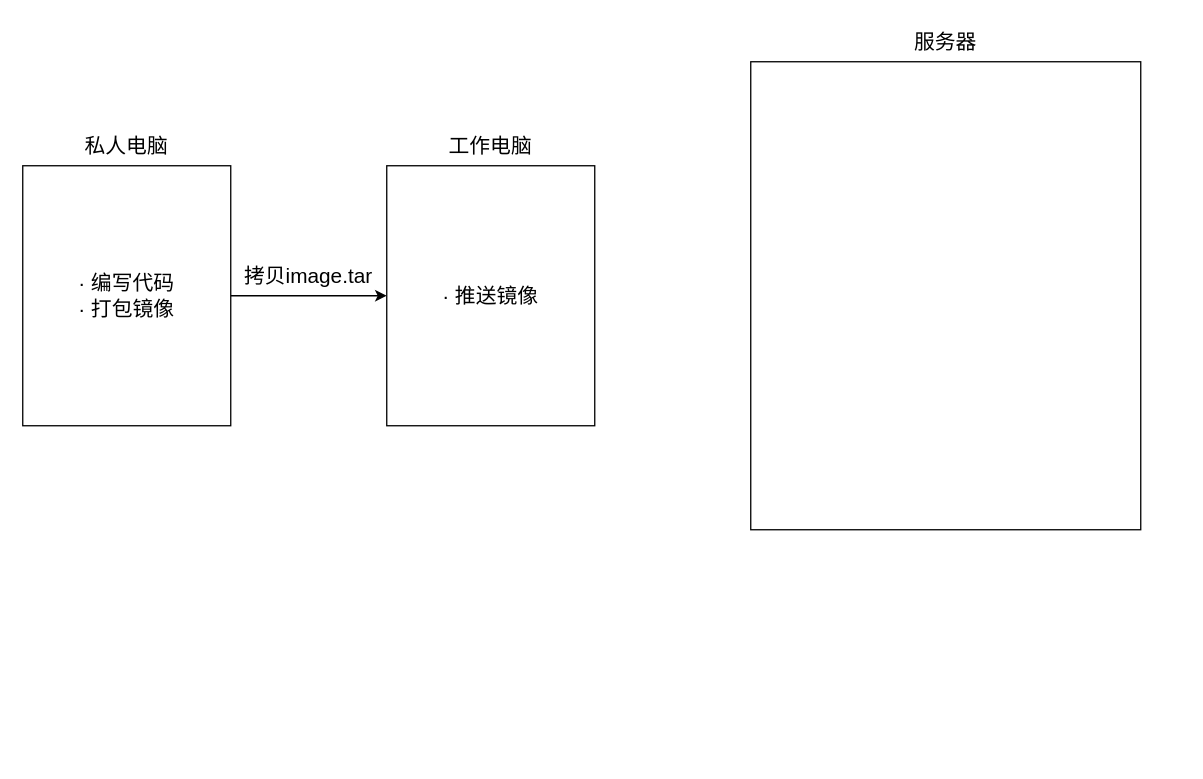
This is 服务器容器化管理.drawio from weyg0/Diagrams, a draw.io file, before an edit. Source tidied: cells renumbered, new cells numbered last; positions are measured from the earlier drawing's top-left corner, leaving out a move shared by most shapes. Both pictures are drawn from the tidied source at 130%, with x=0, y=0 at pixel (22, 22).
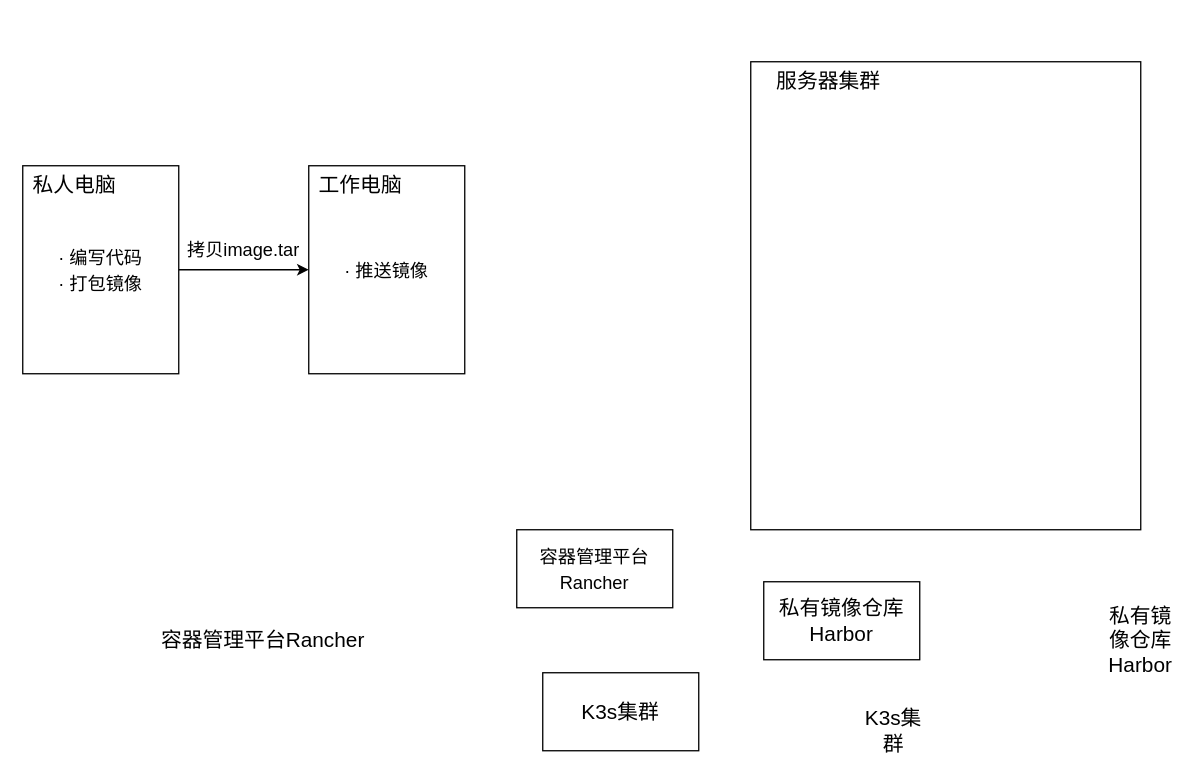
After the change.

Commit message (it also covers changes not shown here):
更新服务器容器化管理.drawio

What changed in the source:
```diff
@@
 <mxGraphModel>
   <root>
     <mxCell id="0" />
     <mxCell id="1" parent="0" />
     <mxCell id="2" style="edgeStyle=orthogonalEdgeStyle;rounded=0;jettySize=auto;html=1;exitX=1;exitY=0.5;exitDx=0;exitDy=0;entryX=0;entryY=0.5;entryDx=0;entryDy=0;fontSize=16;" parent="1" edge="1" source="3" target="4">
       <mxGeometry relative="1" as="geometry" />
     </mxCell>
-    <mxCell id="3" value="· 编写代码&lt;div&gt;· 打包镜像&lt;/div&gt;" style="rounded=0;whiteSpace=wrap;html=1;fontSize=16;" parent="1" vertex="1">
-      <mxGeometry y="110" width="160" height="200" as="geometry" />
+    <mxCell id="3" value="&lt;font style=&quot;font-size: 14px;&quot;&gt;· 编写代码&lt;/font&gt;&lt;div&gt;&lt;font style=&quot;font-size: 14px;&quot;&gt;· 打包镜像&lt;/font&gt;&lt;/div&gt;" style="rounded=0;whiteSpace=wrap;html=1;fontSize=16;" parent="1" vertex="1">
+      <mxGeometry y="110" width="120" height="160" as="geometry" />
     </mxCell>
-    <mxCell id="4" value="· 推送镜像" style="rounded=0;whiteSpace=wrap;html=1;fontSize=16;" parent="1" vertex="1">
-      <mxGeometry x="280" y="110" width="160" height="200" as="geometry" />
+    <mxCell id="4" value="&lt;font style=&quot;font-size: 14px;&quot;&gt;· 推送镜像&lt;/font&gt;" style="rounded=0;whiteSpace=wrap;html=1;fontSize=16;" parent="1" vertex="1">
+      <mxGeometry x="220" y="110" width="120" height="160" as="geometry" />
     </mxCell>
     <mxCell id="5" style="rounded=0;whiteSpace=wrap;html=1;fontSize=16;" parent="1" vertex="1">
       <mxGeometry x="560" y="30" width="300" height="360" as="geometry" />
     </mxCell>
     <mxCell id="6" value="私人电脑" style="text;html=1;whiteSpace=wrap;strokeColor=none;fillColor=none;align=center;verticalAlign=middle;rounded=0;fontSize=16;" parent="1" vertex="1">
-      <mxGeometry x="40" y="80" width="80" height="30" as="geometry" />
+      <mxGeometry y="110" width="80" height="30" as="geometry" />
     </mxCell>
     <mxCell id="7" value="工作&lt;span style=&quot;background-color: transparent; color: light-dark(rgb(0, 0, 0), rgb(255, 255, 255));&quot;&gt;电脑&lt;/span&gt;" style="text;html=1;whiteSpace=wrap;strokeColor=none;fillColor=none;align=center;verticalAlign=middle;rounded=0;fontSize=16;" parent="1" vertex="1">
-      <mxGeometry x="320" y="80" width="80" height="30" as="geometry" />
+      <mxGeometry x="220" y="110" width="80" height="30" as="geometry" />
     </mxCell>
-    <mxCell id="8" value="服务器" style="text;html=1;whiteSpace=wrap;strokeColor=none;fillColor=none;align=center;verticalAlign=middle;rounded=0;fontSize=16;" parent="1" vertex="1">
-      <mxGeometry x="670" width="80" height="30" as="geometry" />
+    <mxCell id="8" value="服务器集群" style="text;html=1;whiteSpace=wrap;strokeColor=none;fillColor=none;align=center;verticalAlign=middle;rounded=0;fontSize=16;" parent="1" vertex="1">
+      <mxGeometry x="560" y="30" width="120" height="30" as="geometry" />
     </mxCell>
-    <mxCell id="9" value="拷贝image.tar" style="text;html=1;whiteSpace=wrap;strokeColor=none;fillColor=none;align=center;verticalAlign=middle;rounded=0;fontSize=16;" parent="1" vertex="1">
-      <mxGeometry x="160" y="180" width="120" height="30" as="geometry" />
+    <mxCell id="9" value="拷贝image.tar" style="text;html=1;whiteSpace=wrap;strokeColor=none;fillColor=none;align=center;verticalAlign=middle;rounded=0;fontSize=14;" parent="1" vertex="1">
+      <mxGeometry x="120" y="160" width="100" height="30" as="geometry" />
     </mxCell>
+    <mxCell id="10" value="&lt;font style=&quot;font-size: 14px;&quot;&gt;容器管理平台Rancher&lt;/font&gt;" style="whiteSpace=wrap;html=1;fontSize=16;" parent="1" vertex="1">
+      <mxGeometry x="380" y="390" width="120" height="60" as="geometry" />
+    </mxCell>
+    <mxCell id="11" value="私有镜像仓库&lt;div&gt;Harbor&lt;/div&gt;" style="whiteSpace=wrap;html=1;fontSize=16;" parent="1" vertex="1">
+      <mxGeometry x="570" y="430" width="120" height="60" as="geometry" />
+    </mxCell>
+    <mxCell id="12" value="K3s集群" style="whiteSpace=wrap;html=1;fontSize=16;" parent="1" vertex="1">
+      <mxGeometry x="400" y="500" width="120" height="60" as="geometry" />
+    </mxCell>
+    <mxCell id="13" value="&lt;span style=&quot;font-size: 16px;&quot;&gt;容器管理平台&lt;/span&gt;&lt;span style=&quot;font-size: 16px;&quot;&gt;Rancher&lt;/span&gt;" style="text;html=1;whiteSpace=wrap;strokeColor=none;fillColor=none;align=center;verticalAlign=middle;rounded=0;" parent="1" vertex="1">
+      <mxGeometry x="100" y="460" width="170" height="30" as="geometry" />
+    </mxCell>
+    <mxCell id="14" value="&lt;span style=&quot;font-size: 16px;&quot;&gt;私有镜像仓库&lt;/span&gt;&lt;div style=&quot;font-size: 16px;&quot;&gt;Harbor&lt;/div&gt;" style="text;html=1;whiteSpace=wrap;strokeColor=none;fillColor=none;align=center;verticalAlign=middle;rounded=0;" parent="1" vertex="1">
+      <mxGeometry x="830" y="460" width="60" height="30" as="geometry" />
+    </mxCell>
+    <mxCell id="15" value="&lt;span style=&quot;font-size: 16px;&quot;&gt;K3s集群&lt;/span&gt;" style="text;html=1;whiteSpace=wrap;strokeColor=none;fillColor=none;align=center;verticalAlign=middle;rounded=0;" parent="1" vertex="1">
+      <mxGeometry x="640" y="530" width="60" height="30" as="geometry" />
+    </mxCell>
   </root>
 </mxGraphModel>
```
